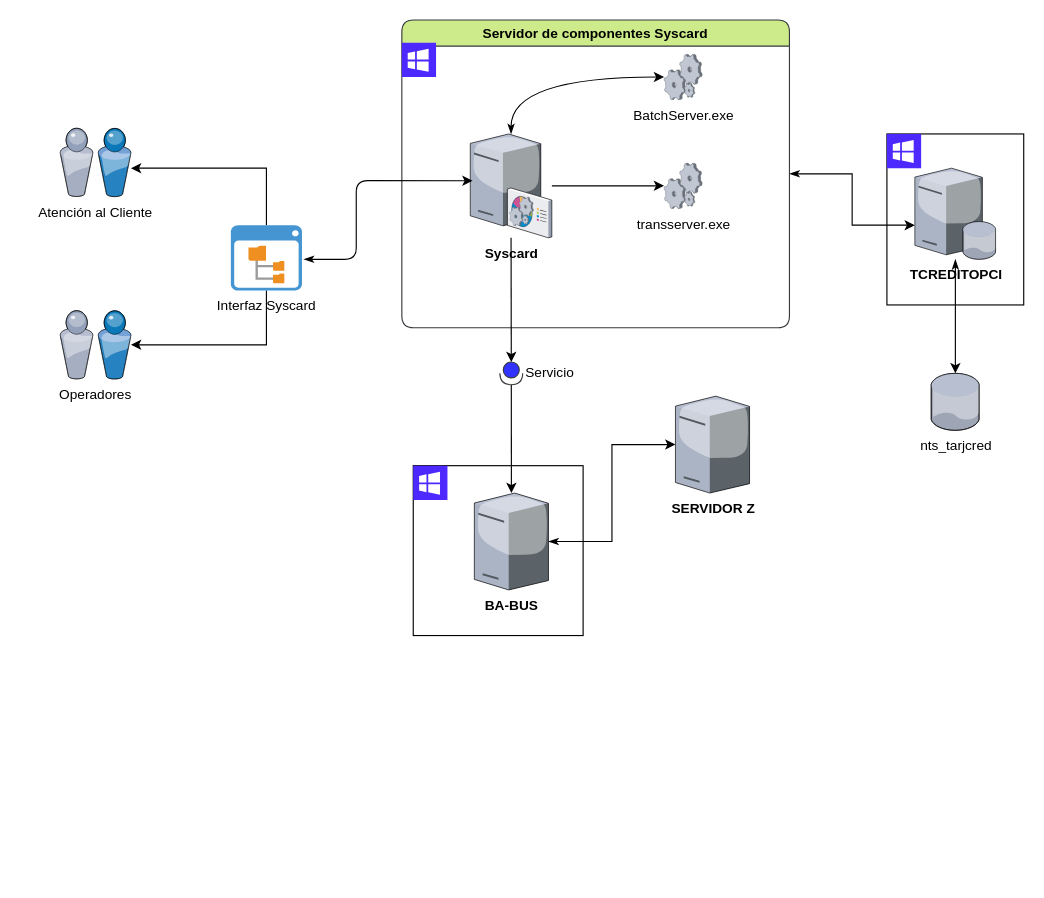
Before: page "diagraqmaGeneral_Ahorros" (1 of 5) of Untitled Diagram.drawio in cuent/ModuloContable, a draw.io diagram. Source tidied: cells renumbered, new cells numbered last; positions are measured from the earlier drawing's top-left corner, leaving out a move shared by most shapes. Both pictures are drawn from the tidied source at 114%, with x=0, y=0 at pixel (59, 19).
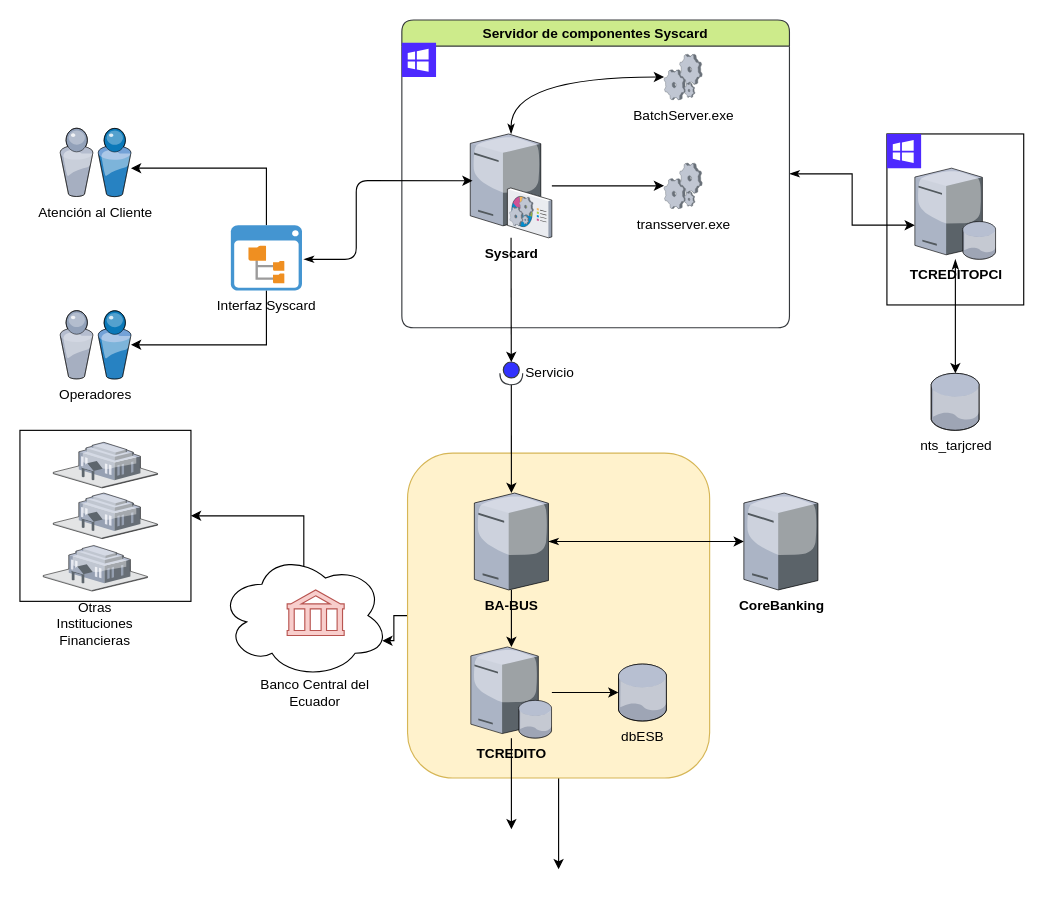
The same diagram, later.

Unchanged cells that the change refers to:
```xml
<mxCell id="18" value="&lt;b&gt;BA-BUS&lt;/b&gt;&lt;br&gt;" style="verticalLabelPosition=bottom;html=1;verticalAlign=top;strokeColor=none;align=center;outlineConnect=0;shape=mxgraph.citrix.license_server;fillColor=#CCE5FF;" parent="1" vertex="1">
  <mxGeometry x="363.6" y="415" width="65" height="85" as="geometry" />
</mxCell>
```

Diff of the diagram source:
```diff
@@
-    <mxCell id="2" style="whiteSpace=wrap;html=1;rounded=0;shadow=0;glass=0;comic=0;" parent="1" vertex="1">
-      <mxGeometry x="310" y="391" width="149" height="149" as="geometry" />
-    </mxCell>
+    <mxCell id="30" style="edgeStyle=orthogonalEdgeStyle;rounded=0;jettySize=auto;html=1;entryX=0.96;entryY=0.7;entryDx=0;entryDy=0;entryPerimeter=0;" parent="1" edge="1" source="32" target="35">
+      <mxGeometry relative="1" as="geometry">
+        <Array as="points">
+          <mxPoint x="293" y="523" />
+        </Array>
+      </mxGeometry>
+    </mxCell>
+    <mxCell id="31" style="edgeStyle=orthogonalEdgeStyle;rounded=0;jettySize=auto;html=1;" parent="1" edge="1" source="32">
+      <mxGeometry relative="1" as="geometry">
+        <mxPoint x="437.5" y="745" as="targetPoint" />
+      </mxGeometry>
+    </mxCell>
+    <mxCell id="32" style="rounded=1;whiteSpace=wrap;html=1;fillColor=#fff2cc;strokeColor=#d6b656;" parent="1" vertex="1">
+      <mxGeometry x="305" y="380" width="265" height="285" as="geometry" />
+    </mxCell>
+    <mxCell id="33" style="whiteSpace=wrap;html=1;" parent="1" vertex="1">
+      <mxGeometry x="-35" y="360" width="150" height="150" as="geometry" />
+    </mxCell>
+    <mxCell id="34" style="edgeStyle=orthogonalEdgeStyle;rounded=0;jettySize=auto;html=1;entryX=1;entryY=0.5;entryDx=0;entryDy=0;exitX=0.07;exitY=0.4;exitDx=0;exitDy=0;exitPerimeter=0;" parent="1" edge="1" source="35" target="33">
+      <mxGeometry relative="1" as="geometry">
+        <Array as="points">
+          <mxPoint x="214" y="512" />
+          <mxPoint x="214" y="435" />
+        </Array>
+      </mxGeometry>
+    </mxCell>
+    <mxCell id="35" style="ellipse;shape=cloud;whiteSpace=wrap;html=1;" parent="1" vertex="1">
+      <mxGeometry x="140" y="467.5" width="148.8" height="110" as="geometry" />
+    </mxCell>
@@
+    <mxCell id="36" style="edgeStyle=orthogonalEdgeStyle;rounded=0;jettySize=auto;html=1;" parent="1" edge="1" source="18" target="46">
+      <mxGeometry relative="1" as="geometry" />
+    </mxCell>
@@
-    <mxCell id="19" value="&lt;b&gt;SERVIDOR Z&lt;/b&gt;&lt;br&gt;" style="verticalLabelPosition=bottom;html=1;verticalAlign=top;strokeColor=none;align=center;outlineConnect=0;shape=mxgraph.citrix.license_server;fillColor=#CCE5FF;" parent="1" vertex="1">
-      <mxGeometry x="540" y="330" width="65" height="85" as="geometry" />
+    <mxCell id="19" value="&lt;b&gt;CoreBanking&lt;/b&gt;" style="verticalLabelPosition=bottom;html=1;verticalAlign=top;strokeColor=none;align=center;outlineConnect=0;shape=mxgraph.citrix.license_server;fillColor=#CCE5FF;" parent="1" vertex="1">
+      <mxGeometry x="600" y="415" width="65" height="85" as="geometry" />
     </mxCell>
@@
-    <mxCell id="29" style="shadow=0;dashed=0;html=1;strokeColor=none;fillColor=#4D29FF;labelPosition=center;verticalLabelPosition=bottom;verticalAlign=top;align=center;shape=mxgraph.veeam.ms_windows;rounded=1;glass=0;comic=0;" parent="1" vertex="1">
-      <mxGeometry x="310" y="391" width="30" height="30" as="geometry" />
-    </mxCell>
+    <mxCell id="37" style="shape=mxgraph.signs.travel.bank;html=1;fillColor=#f8cecc;strokeColor=#b85450;verticalLabelPosition=bottom;verticalAlign=top;align=center;" parent="1" vertex="1">
+      <mxGeometry x="199.4" y="500" width="50" height="40" as="geometry" />
+    </mxCell>
+    <mxCell id="38" style="verticalLabelPosition=bottom;html=1;verticalAlign=top;strokeColor=none;align=center;shape=mxgraph.citrix.government;" parent="1" vertex="1">
+      <mxGeometry x="-5.8" y="370.5" width="91.5" height="40" as="geometry" />
+    </mxCell>
+    <mxCell id="39" style="verticalLabelPosition=bottom;html=1;verticalAlign=top;strokeColor=none;align=center;shape=mxgraph.citrix.government;" parent="1" vertex="1">
+      <mxGeometry x="-5.8" y="415" width="91.5" height="40" as="geometry" />
+    </mxCell>
+    <mxCell id="40" style="verticalLabelPosition=bottom;html=1;verticalAlign=top;strokeColor=none;align=center;shape=mxgraph.citrix.government;" parent="1" vertex="1">
+      <mxGeometry x="-14.6" y="461" width="91.5" height="40" as="geometry" />
+    </mxCell>
+    <mxCell id="41" value="Otras Instituciones Financieras" style="text;html=1;strokeColor=none;fillColor=none;align=center;verticalAlign=middle;whiteSpace=wrap;rounded=0;" parent="1" vertex="1">
+      <mxGeometry x="-18.8" y="520" width="100" height="20" as="geometry" />
+    </mxCell>
+    <mxCell id="42" value="Banco Central del Ecuador" style="text;html=1;strokeColor=none;fillColor=none;align=center;verticalAlign=middle;whiteSpace=wrap;rounded=0;" parent="1" vertex="1">
+      <mxGeometry x="174.4" y="580" width="100" height="20" as="geometry" />
+    </mxCell>
+    <mxCell id="43" value="dbESB" style="verticalLabelPosition=bottom;html=1;verticalAlign=top;strokeColor=none;align=center;outlineConnect=0;shape=mxgraph.citrix.database;fillColor=#CCE5FF;" parent="1" vertex="1">
+      <mxGeometry x="490" y="565" width="42.5" height="50" as="geometry" />
+    </mxCell>
+    <mxCell id="44" style="edgeStyle=orthogonalEdgeStyle;rounded=0;jettySize=auto;html=1;" parent="1" edge="1" source="46" target="43">
+      <mxGeometry relative="1" as="geometry" />
+    </mxCell>
+    <mxCell id="45" style="edgeStyle=orthogonalEdgeStyle;rounded=0;jettySize=auto;html=1;" parent="1" edge="1" source="46">
+      <mxGeometry relative="1" as="geometry">
+        <mxPoint x="396.1" y="710" as="targetPoint" />
+      </mxGeometry>
+    </mxCell>
+    <mxCell id="46" value="&lt;b&gt;TCREDITO&lt;/b&gt;" style="verticalLabelPosition=bottom;html=1;verticalAlign=top;strokeColor=none;align=center;outlineConnect=0;shape=mxgraph.citrix.database_server;" parent="1" vertex="1">
+      <mxGeometry x="360.5" y="550" width="71.1" height="80" as="geometry" />
+    </mxCell>
```
